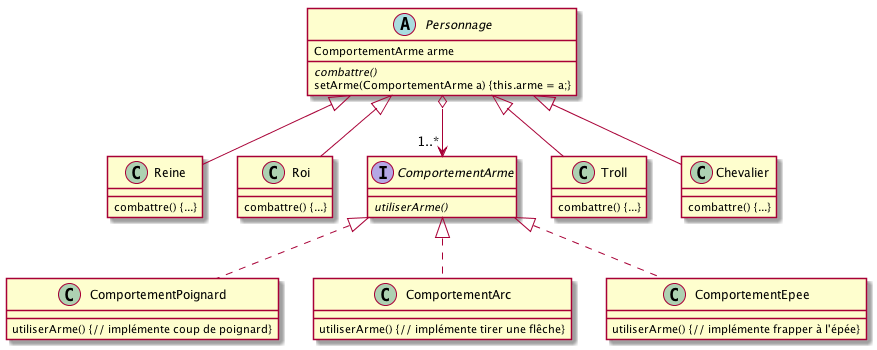
This is images/aventure.png from IUT-Blagnac/cpoa, a PlantUML export, as it was before one commit.
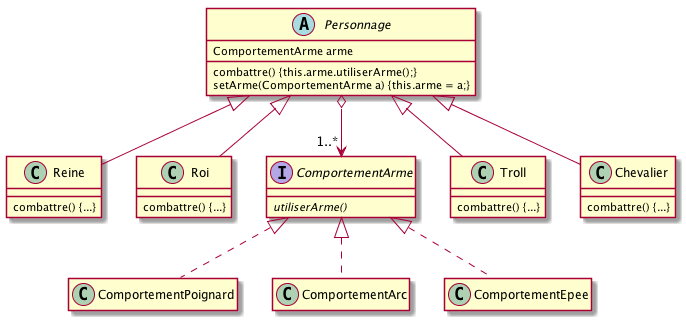
Above is the later version.

Diff of the diagram source:
```diff
@@ -7,7 +7,7 @@
 
 abstract class Personnage {
 ComportementArme arme
-{abstract} combattre()
+combattre() {this.arme.utiliserArme();}
 setArme(ComportementArme a) {this.arme = a;}
 }
 class Reine {
@@ -17,13 +17,10 @@
 combattre() {...}
 }
 class ComportementPoignard {
-utiliserArme() {// implémente coup de poignard}
 }
 class ComportementArc {
-utiliserArme() {// implémente tirer une flêche}
 }
 class ComportementEpee {
-utiliserArme() {// implémente frapper à l'épée}
 }
 interface ComportementArme{
 {abstract} utiliserArme()
```
